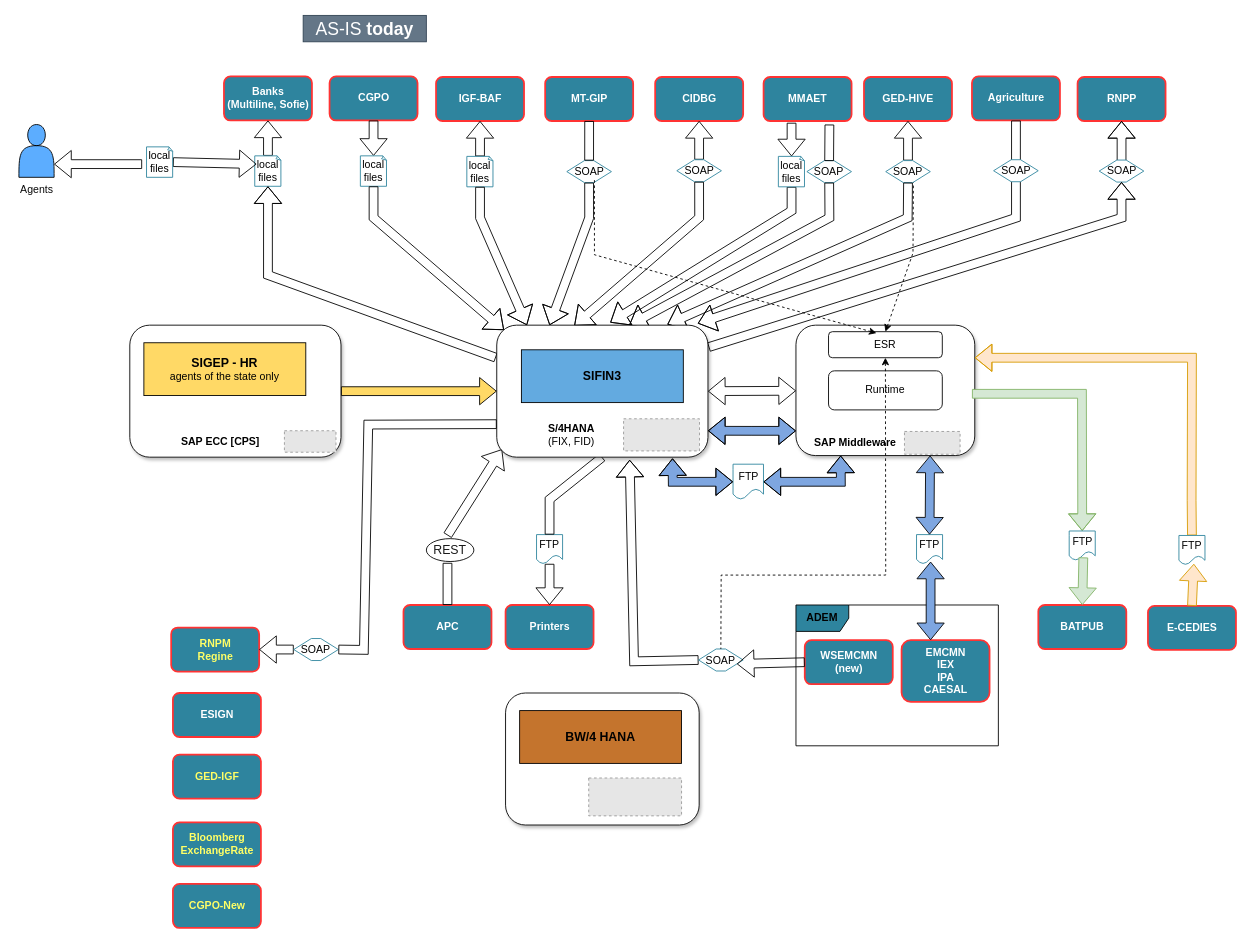
This is page "ToBE-Detailed" (5 of 7) of my_diagram.drawio from efelman/my_diagrams, a draw.io file, before an edit. Source tidied: cells renumbered, new cells numbered last; positions are measured from the earlier drawing's top-left corner, leaving out a move shared by most shapes. Both pictures are drawn from the tidied source at 88%, with x=0, y=0 at pixel (15, 15). Pictures stored in the file or linked from it are replaced by grey dashed boxes.
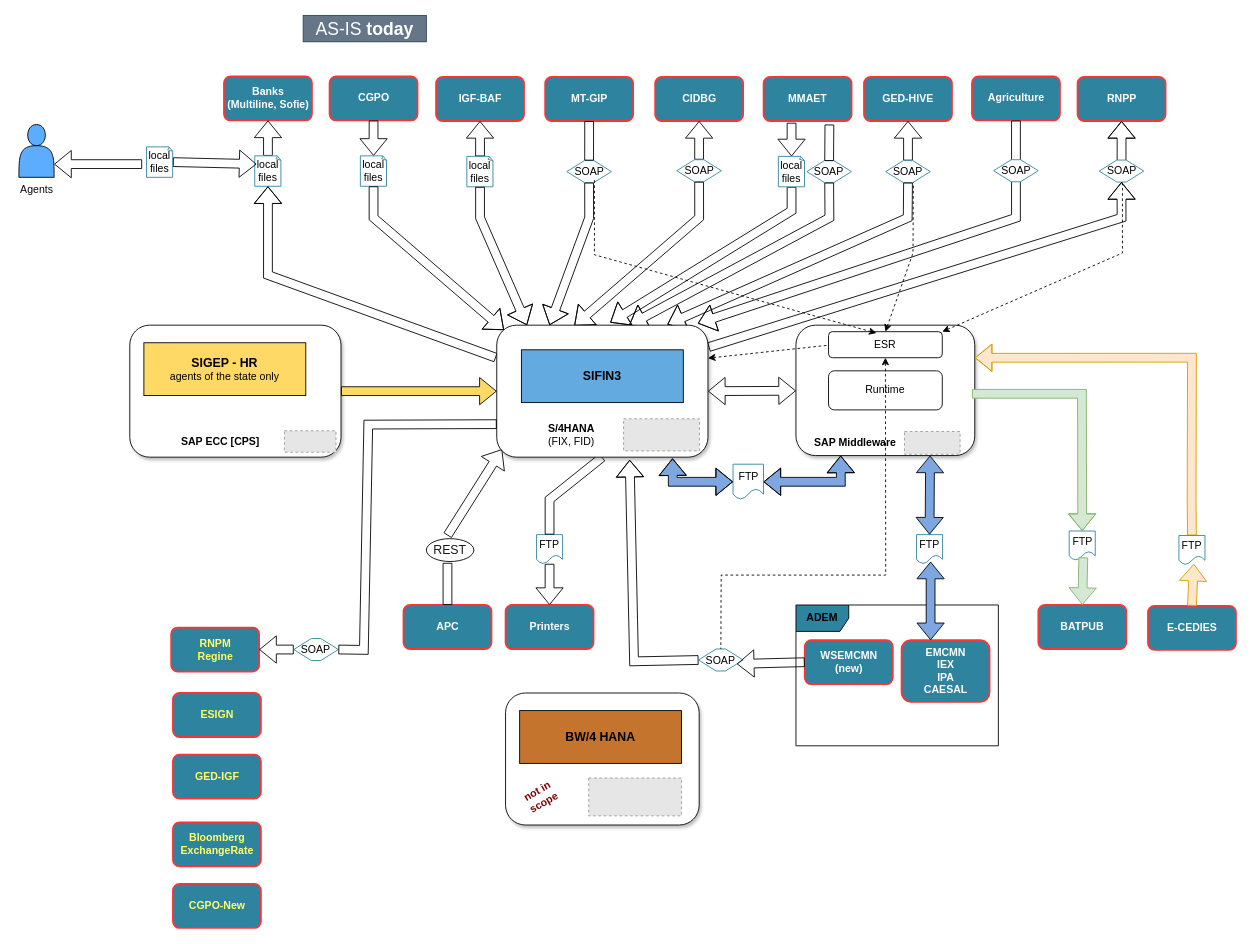
The same diagram, later.

Unchanged cells that the change refers to:
```xml
<mxCell id="3" style="group;" parent="1" vertex="1">
  <mxGeometry x="547" y="250" width="550" height="250.2" as="geometry" />
</mxCell>
```

Diff of the diagram source:
```diff
@@
-    <mxCell id="10" style="shape=flexArrow;endArrow=classic;startArrow=classic;html=1;rounded=0;shadow=0;sketch=0;fontSize=12;fontColor=#FFFF66;strokeColor=default;fillColor=#7EA6E0;labelBackgroundColor=#63AAE0;exitX=1;exitY=0.5;exitDx=0;exitDy=0;" parent="3" edge="1">
-      <mxGeometry relative="1" as="geometry">
-        <mxPoint x="240" y="222" as="sourcePoint" />
-        <mxPoint x="340" y="222.1" as="targetPoint" />
-        <Array as="points">
-          <mxPoint x="290" y="222.1" />
-        </Array>
-      </mxGeometry>
-    </mxCell>
@@
-    <mxCell id="105" value="&lt;font color=&quot;#ffffff&quot;&gt;ESIGN&lt;/font&gt;" style="dashed=0;html=1;rounded=1;fillColor=#2E849E;strokeColor=#FF3333;fontSize=12;align=center;fontStyle=1;strokeWidth=2;fontColor=#F01136;" parent="1" vertex="1">
+    <mxCell id="105" value="&lt;font color=&quot;#ffff66&quot;&gt;ESIGN&lt;/font&gt;" style="dashed=0;html=1;rounded=1;fillColor=#2E849E;strokeColor=#FF3333;fontSize=12;align=center;fontStyle=1;strokeWidth=2;fontColor=#F01136;" parent="1" vertex="1">
       <mxGeometry x="179" y="770" width="100" height="50" as="geometry" />
     </mxCell>
@@
+    <mxCell id="109" style="endArrow=none;dashed=1;html=1;rounded=0;startArrow=classic;startFill=1;entryX=0.172;entryY=0.155;entryDx=0;entryDy=0;entryPerimeter=0;exitX=1;exitY=0.25;exitDx=0;exitDy=0;" parent="1" edge="1">
+      <mxGeometry relative="1" as="geometry">
+        <mxPoint x="787" y="389.5" as="sourcePoint" />
+        <mxPoint x="922" y="375" as="targetPoint" />
+      </mxGeometry>
+    </mxCell>
+    <mxCell id="110" style="endArrow=none;dashed=1;html=1;rounded=0;exitX=1;exitY=0;exitDx=0;exitDy=0;startArrow=classic;startFill=1;" parent="1" edge="1">
+      <mxGeometry relative="1" as="geometry">
+        <mxPoint x="1053.3" y="359.4" as="sourcePoint" />
+        <mxPoint x="1258" y="190" as="targetPoint" />
+        <Array as="points">
+          <mxPoint x="1258" y="270" />
+        </Array>
+      </mxGeometry>
+    </mxCell>
+    <mxCell id="111" value="not in scope" style="text;html=1;strokeColor=none;fillColor=none;align=center;verticalAlign=middle;whiteSpace=wrap;rounded=0;fontStyle=1;fontColor=#7D0000;rotation=-30;" parent="1" vertex="1">
+      <mxGeometry x="566.6" y="873.1" width="60" height="30" as="geometry" />
+    </mxCell>
```
